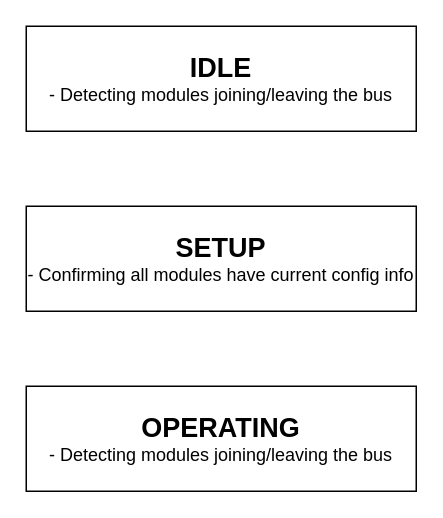
The draw.io diagram documentation/TimerFSM.drawio in JaidenK/KTaNE, before the edit. Source tidied: cells renumbered, new cells numbered last; positions are measured from the earlier drawing's top-left corner, leaving out a move shared by most shapes. Both pictures are drawn from the tidied source at 150%, with x=0, y=0 at pixel (26, 26).
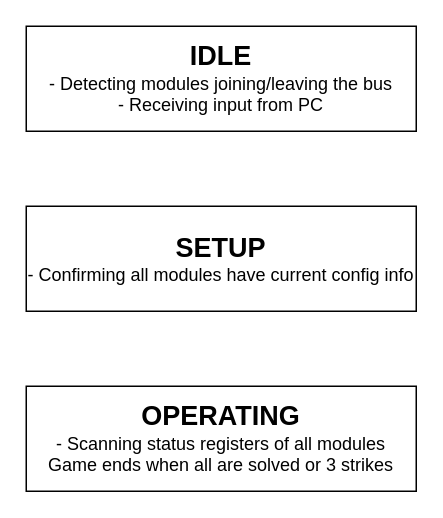
The same diagram, later.

Change to the diagram source:
```diff
@@
 <mxGraphModel>
   <root>
     <mxCell id="0" />
     <mxCell id="1" parent="0" />
-    <mxCell id="2" value="&lt;b&gt;&lt;font style=&quot;font-size: 18px;&quot;&gt;IDLE&lt;/font&gt;&lt;/b&gt;&lt;br&gt;- Detecting modules joining/leaving the bus" style="rounded=0;whiteSpace=wrap;html=1;" parent="1" vertex="1">
+    <mxCell id="2" value="&lt;b&gt;&lt;font style=&quot;font-size: 18px;&quot;&gt;IDLE&lt;/font&gt;&lt;/b&gt;&lt;br&gt;- Detecting modules joining/leaving the bus&lt;br&gt;- Receiving input from PC" style="rounded=0;whiteSpace=wrap;html=1;" parent="1" vertex="1">
       <mxGeometry width="260" height="70" as="geometry" />
     </mxCell>
     <mxCell id="3" value="&lt;span style=&quot;font-size: 18px;&quot;&gt;&lt;b&gt;SETUP&lt;/b&gt;&lt;/span&gt;&lt;br&gt;- Confirming all modules have current config info" style="rounded=0;whiteSpace=wrap;html=1;" parent="1" vertex="1">
       <mxGeometry y="120" width="260" height="70" as="geometry" />
     </mxCell>
-    <mxCell id="4" value="&lt;span style=&quot;font-size: 18px;&quot;&gt;&lt;b&gt;OPERATING&lt;/b&gt;&lt;/span&gt;&lt;br&gt;- Detecting modules joining/leaving the bus" style="rounded=0;whiteSpace=wrap;html=1;" parent="1" vertex="1">
+    <mxCell id="4" value="&lt;span style=&quot;font-size: 18px;&quot;&gt;&lt;b&gt;OPERATING&lt;/b&gt;&lt;/span&gt;&lt;br&gt;- Scanning status registers of all modules&lt;br&gt;Game ends when all are solved or 3 strikes" style="rounded=0;whiteSpace=wrap;html=1;" parent="1" vertex="1">
       <mxGeometry y="240" width="260" height="70" as="geometry" />
     </mxCell>
   </root>
 </mxGraphModel>
```
